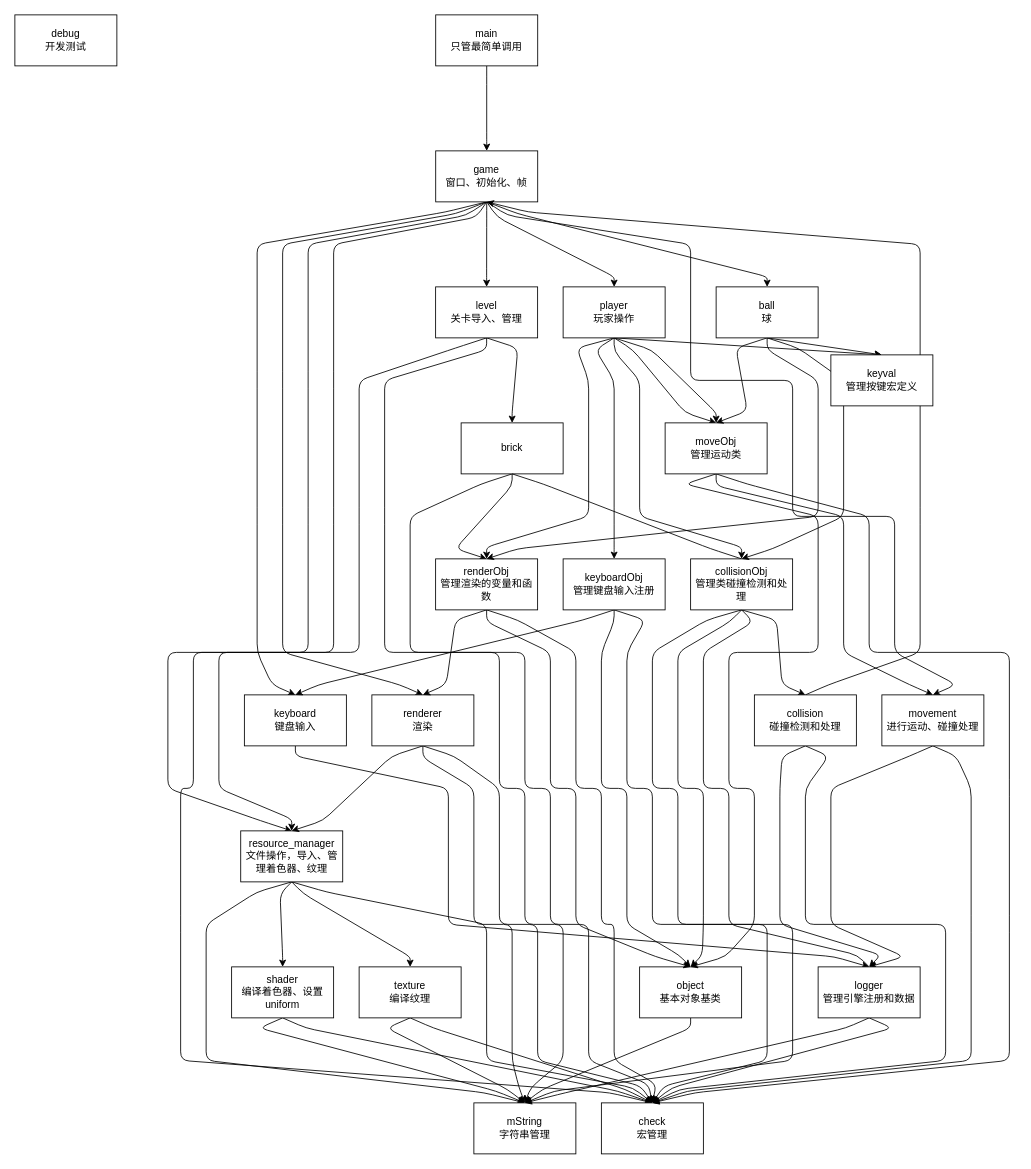
The draw.io diagram architecture.drawio in HFBYM/breakout_redux, before the edit. Source tidied: cells renumbered, new cells numbered last; positions are measured from the earlier drawing's top-left corner, leaving out a move shared by most shapes. Both pictures are drawn from the tidied source at 85%, with x=0, y=0 at pixel (14, 14).
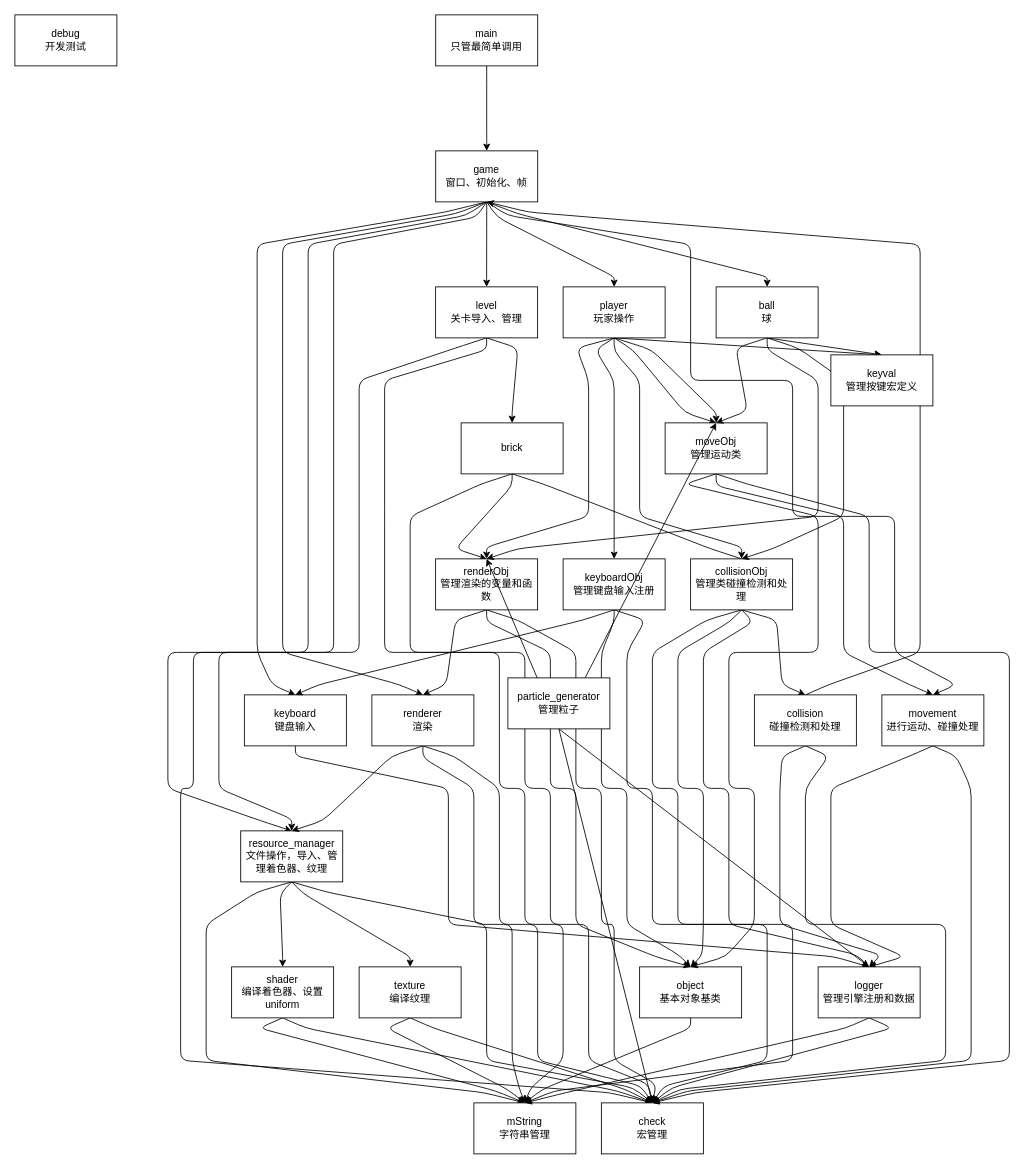
Above is the later version.

Commit message (it also covers changes not shown here):
new files:particle_generator

The change refers to these unchanged cells:
```xml
<mxCell id="42" value="check&lt;br&gt;宏管理" style="rounded=0;whiteSpace=wrap;html=1;" parent="1" vertex="1">
  <mxGeometry x="690" y="1280" width="120" height="60" as="geometry" />
</mxCell>
<mxCell id="46" value="renderObj&lt;br&gt;管理渲染的变量和函数" style="rounded=0;whiteSpace=wrap;html=1;" parent="1" vertex="1">
  <mxGeometry x="495" y="640" width="120" height="60" as="geometry" />
</mxCell>
<mxCell id="61" value="moveObj&lt;br&gt;管理运动类" style="rounded=0;whiteSpace=wrap;html=1;" parent="1" vertex="1">
  <mxGeometry x="765" y="480" width="120" height="60" as="geometry" />
</mxCell>
<mxCell id="81" value="logger&lt;br&gt;管理引擎注册和数据" style="rounded=0;whiteSpace=wrap;html=1;" parent="1" vertex="1">
  <mxGeometry x="945" y="1120" width="120" height="60" as="geometry" />
</mxCell>
```

The edit, as a diff of the source:
```diff
@@
+    <mxCell id="83" style="edgeStyle=none;html=1;exitX=0.5;exitY=1;exitDx=0;exitDy=0;entryX=0.5;entryY=0;entryDx=0;entryDy=0;" parent="1" edge="1" source="87" target="46">
+      <mxGeometry relative="1" as="geometry" />
+    </mxCell>
+    <mxCell id="84" style="edgeStyle=none;html=1;exitX=0.5;exitY=1;exitDx=0;exitDy=0;entryX=0.5;entryY=0;entryDx=0;entryDy=0;" parent="1" edge="1" source="87" target="61">
+      <mxGeometry relative="1" as="geometry" />
+    </mxCell>
+    <mxCell id="85" style="edgeStyle=none;html=1;exitX=0.5;exitY=1;exitDx=0;exitDy=0;entryX=0.5;entryY=0;entryDx=0;entryDy=0;" parent="1" edge="1" source="87" target="81">
+      <mxGeometry relative="1" as="geometry" />
+    </mxCell>
+    <mxCell id="86" style="edgeStyle=none;html=1;exitX=0.5;exitY=1;exitDx=0;exitDy=0;entryX=0.5;entryY=0;entryDx=0;entryDy=0;" parent="1" edge="1" source="87" target="42">
+      <mxGeometry relative="1" as="geometry" />
+    </mxCell>
+    <mxCell id="87" value="particle_generator&lt;br&gt;管理粒子" style="rounded=0;whiteSpace=wrap;html=1;" parent="1" vertex="1">
+      <mxGeometry x="580" y="780" width="120" height="60" as="geometry" />
+    </mxCell>
```
